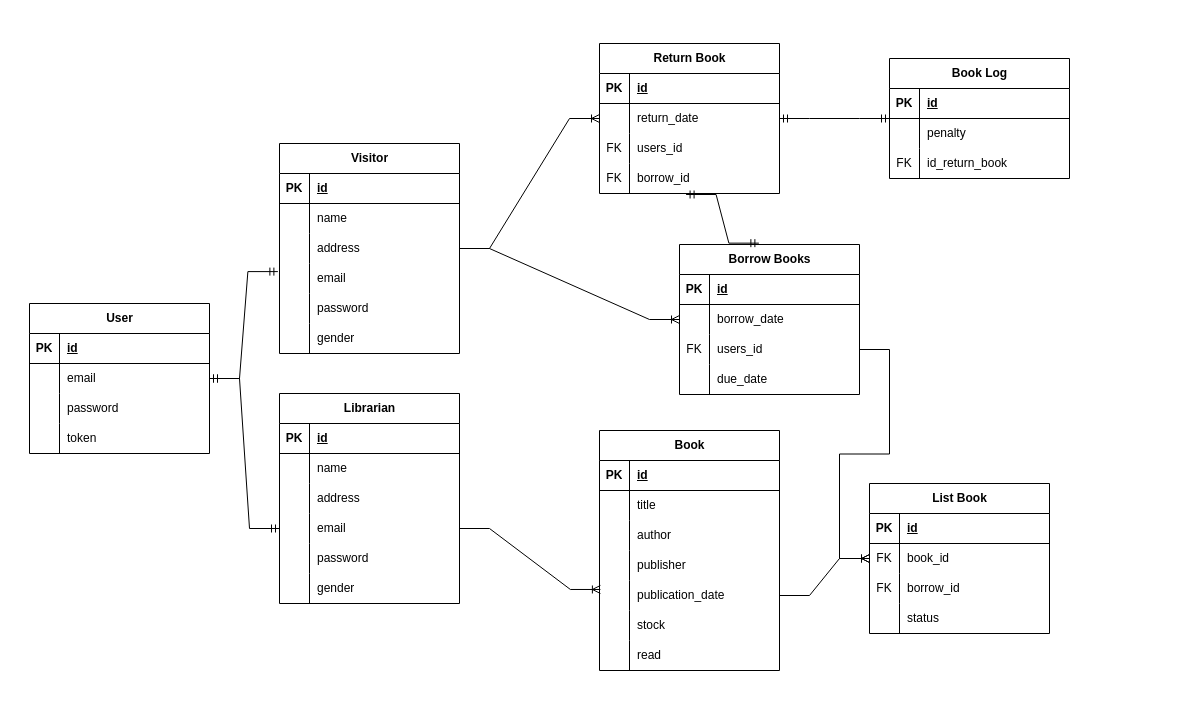
Earlier version of the draw.io diagram page "Entity" (1 of 3) of Diagram Tanpa Judul.drawio (Syaal/library). Source tidied: cells renumbered, new cells numbered last; positions are measured from the earlier drawing's top-left corner, leaving out a move shared by most shapes. Both pictures are drawn from the tidied source at 100%, with x=0, y=0 at pixel (17, 17).
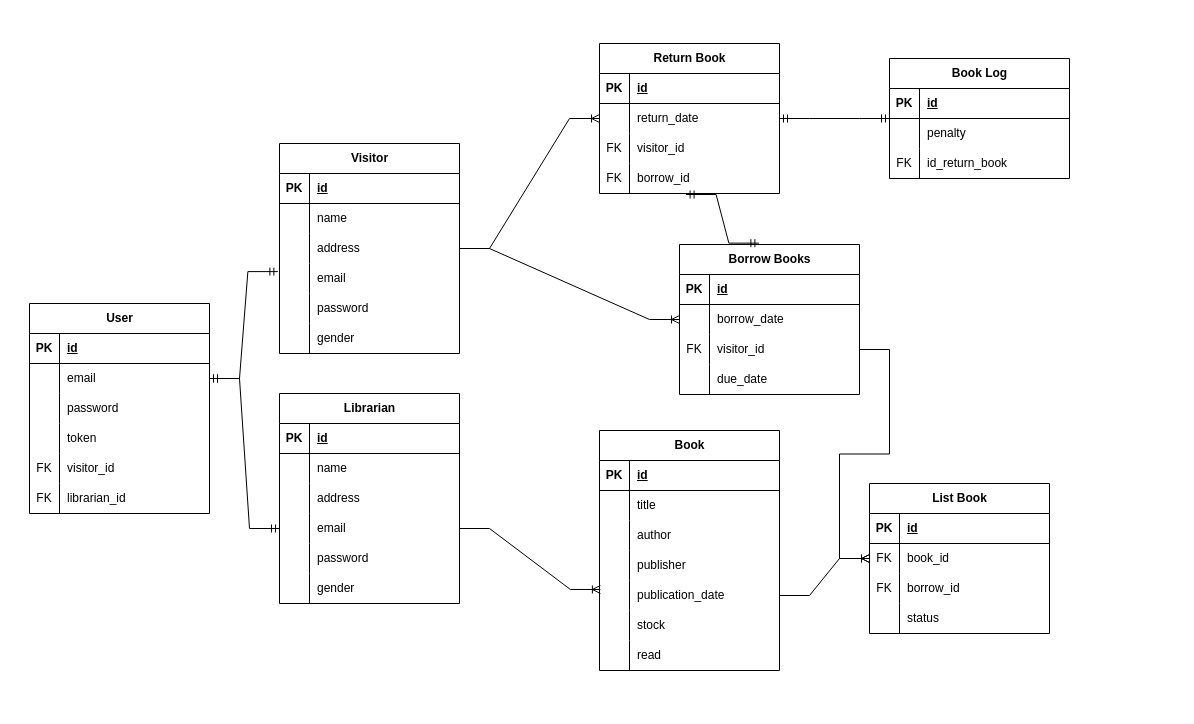
The same diagram, later.

Commit message:
entity revisi

Unchanged cells that the change refers to:
```xml
<mxCell id="51" style="shape=tableRow;horizontal=0;startSize=0;swimlaneHead=0;swimlaneBody=0;fillColor=none;points=[[0,0.5],[1,0.5]];portConstraint=eastwest;top=0;left=0;right=0;bottom=0;" parent="44" vertex="1">
  <mxGeometry y="90" width="180" height="30" as="geometry" />
</mxCell>
<mxCell id="65" style="shape=tableRow;horizontal=0;startSize=0;swimlaneHead=0;swimlaneBody=0;fillColor=none;top=0;left=0;right=0;bottom=0;" parent="58" vertex="1">
  <mxGeometry y="90" width="180" height="30" as="geometry" />
</mxCell>
```

The edit, as a diff of the source:
```diff
@@
-    <mxCell id="53" value="users_id" style="shape=partialRectangle;fillColor=none;top=0;left=0;bottom=0;right=0;align=left;spacingLeft=6;overflow=hidden;whiteSpace=wrap;html=1;" parent="51" vertex="1">
+    <mxCell id="53" value="visitor_id" style="shape=partialRectangle;fillColor=none;top=0;left=0;bottom=0;right=0;align=left;spacingLeft=6;overflow=hidden;whiteSpace=wrap;html=1;" parent="51" vertex="1">
       <mxGeometry x="30" width="150" height="30" as="geometry" />
     </mxCell>
@@
-    <mxCell id="67" value="users_id" style="shape=partialRectangle;fillColor=none;top=0;left=0;bottom=0;right=0;align=left;spacingLeft=6;overflow=hidden;whiteSpace=wrap;html=1;" parent="65" vertex="1">
+    <mxCell id="67" value="visitor_id" style="shape=partialRectangle;fillColor=none;top=0;left=0;bottom=0;right=0;align=left;spacingLeft=6;overflow=hidden;whiteSpace=wrap;html=1;" parent="65" vertex="1">
       <mxGeometry x="30" width="150" height="30" as="geometry" />
     </mxCell>
@@
     <mxCell id="102" value="User" style="shape=table;startSize=30;childLayout=tableLayout;rowLines=0;fontStyle=1;align=center;html=1;" parent="1" vertex="1">
-      <mxGeometry x="12" y="286" width="180" height="150" as="geometry" />
+      <mxGeometry x="12" y="286" width="180" height="210" as="geometry" />
     </mxCell>
@@
+    <mxCell id="134" style="shape=tableRow;horizontal=0;startSize=0;swimlaneHead=0;swimlaneBody=0;fillColor=none;top=0;left=0;right=0;bottom=0;" parent="102" vertex="1">
+      <mxGeometry y="150" width="180" height="30" as="geometry" />
+    </mxCell>
+    <mxCell id="135" value="FK" style="shape=partialRectangle;fillColor=none;top=0;left=0;bottom=0;right=0;overflow=hidden;whiteSpace=wrap;html=1;" parent="134" vertex="1">
+      <mxGeometry width="30" height="30" as="geometry" />
+    </mxCell>
+    <mxCell id="136" value="visitor_id" style="shape=partialRectangle;fillColor=none;top=0;left=0;bottom=0;right=0;align=left;spacingLeft=6;overflow=hidden;whiteSpace=wrap;html=1;" parent="134" vertex="1">
+      <mxGeometry x="30" width="150" height="30" as="geometry" />
+    </mxCell>
+    <mxCell id="137" style="shape=tableRow;horizontal=0;startSize=0;swimlaneHead=0;swimlaneBody=0;fillColor=none;top=0;left=0;right=0;bottom=0;" parent="102" vertex="1">
+      <mxGeometry y="180" width="180" height="30" as="geometry" />
+    </mxCell>
+    <mxCell id="138" value="FK" style="shape=partialRectangle;fillColor=none;top=0;left=0;bottom=0;right=0;overflow=hidden;whiteSpace=wrap;html=1;" parent="137" vertex="1">
+      <mxGeometry width="30" height="30" as="geometry" />
+    </mxCell>
+    <mxCell id="139" value="librarian_id" style="shape=partialRectangle;fillColor=none;top=0;left=0;bottom=0;right=0;align=left;spacingLeft=6;overflow=hidden;whiteSpace=wrap;html=1;" parent="137" vertex="1">
+      <mxGeometry x="30" width="150" height="30" as="geometry" />
+    </mxCell>
```
